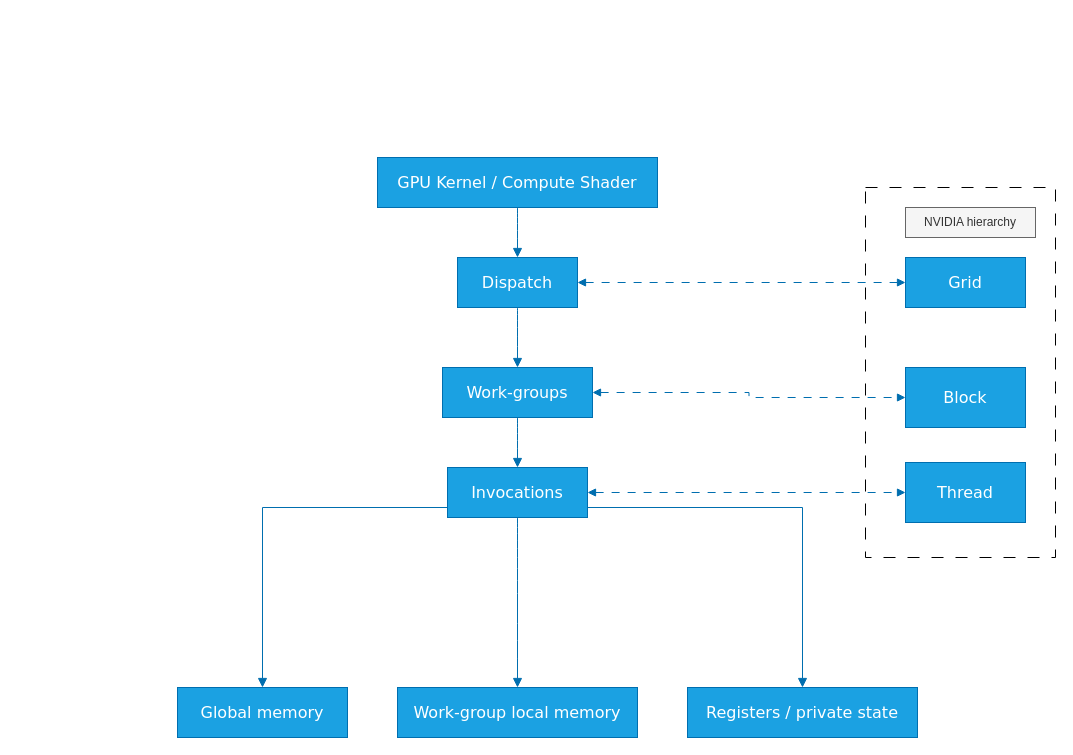
Before: page "OpenGL Compute Shader" (1 of 2) of docs/GPU_memory_architecture.drawio in quocthaile/gravity_sim, a draw.io diagram. Source tidied: cells renumbered, new cells numbered last; positions are measured from the earlier drawing's top-left corner, leaving out a move shared by most shapes. Both pictures are drawn from the tidied source at 100%, with x=0, y=0 at pixel (17, 17).
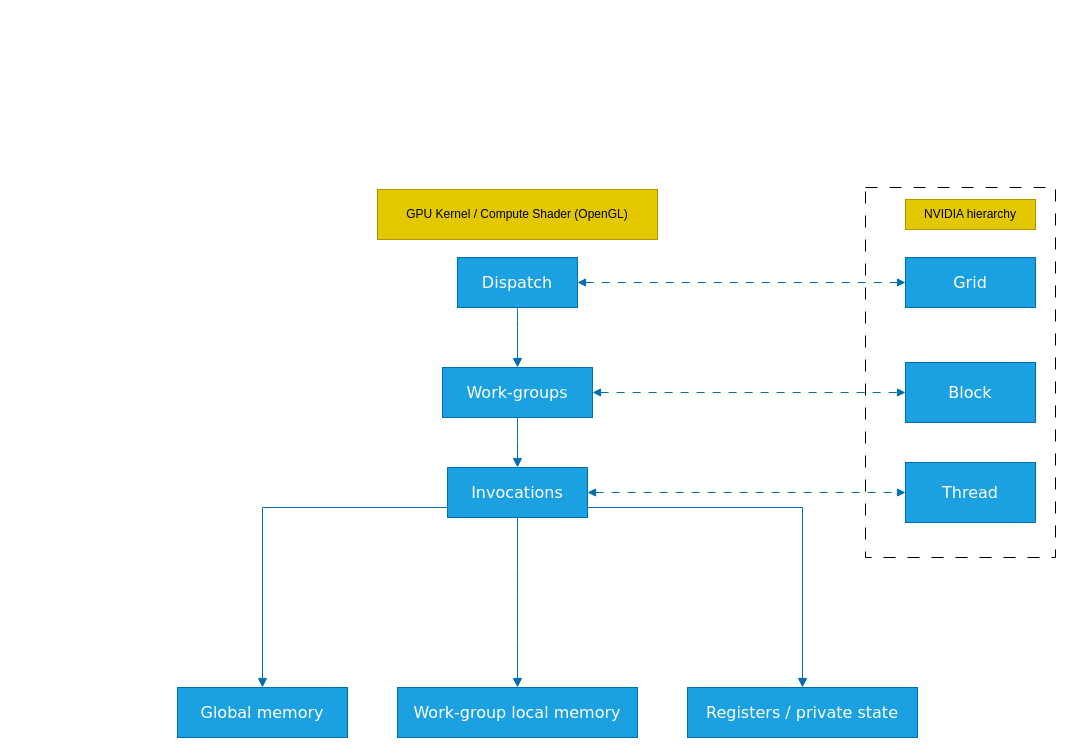
The same diagram, later.

Unchanged cells that the change refers to:
```xml
<mxCell id="2" style="group;transparentBounds=1;editIcon=1;lockedGroup=0;groupPadding=10;fillColor=#f5f5f5;fontColor=#333333;strokeColor=#666666;" parent="1" vertex="1">
  <mxGeometry as="geometry" />
</mxCell>
<mxCell id="5" value="Dispatch" style="html=1;whiteSpace=wrap;strokeWidth=1;fillColor=#1ba1e2;strokeColor=#006EAF;fontColor=#ffffff;fontFamily=Trebuchet MS,Verdana,Arial,sans-serif;fontSize=16;" parent="2" vertex="1">
  <mxGeometry x="440" y="240" width="120" height="50" as="geometry" />
</mxCell>
```

The edit, as a diff of the source:
```diff
@@
-    <mxCell id="4" value="GPU Kernel / Compute Shader" style="html=1;whiteSpace=wrap;strokeWidth=1;fillColor=#1ba1e2;strokeColor=#006EAF;fontColor=#ffffff;fontFamily=Trebuchet MS,Verdana,Arial,sans-serif;fontSize=16;" parent="2" vertex="1">
-      <mxGeometry x="360" y="140" width="280" height="50" as="geometry" />
+    <mxCell id="4" value="GPU Kernel / Compute Shader (OpenGL)" style="html=1;whiteSpace=wrap;fillColor=#e3c800;strokeColor=#B09500;fontColor=#000000;fontFamily=Helvetica;fontSize=12;rounded=0;align=center;verticalAlign=middle;" parent="2" vertex="1">
+      <mxGeometry x="360" y="172" width="280" height="50" as="geometry" />
     </mxCell>
@@
-    <mxCell id="11" style="curved=1;startArrow=none;endArrow=block;endSize=7;strokeColor=#006EAF;exitX=0.5;exitY=1;entryX=0.5;entryY=0;rounded=0;fillColor=#1ba1e2;" parent="2" edge="1" source="4" target="5">
-      <mxGeometry relative="1" as="geometry" />
-    </mxCell>
@@
     <mxCell id="17" value="Thread" style="whiteSpace=wrap;html=1;fontSize=16;fontFamily=Trebuchet MS,Verdana,Arial,sans-serif;fillColor=#1ba1e2;strokeColor=#006EAF;fontColor=#ffffff;strokeWidth=1;" parent="2" vertex="1">
-      <mxGeometry x="888" y="445" width="120" height="60" as="geometry" />
+      <mxGeometry x="888" y="445" width="130" height="60" as="geometry" />
     </mxCell>
@@
     <mxCell id="19" value="Block" style="whiteSpace=wrap;html=1;fontSize=16;fontFamily=Trebuchet MS,Verdana,Arial,sans-serif;fillColor=#1ba1e2;strokeColor=#006EAF;fontColor=#ffffff;strokeWidth=1;" parent="2" vertex="1">
-      <mxGeometry x="888" y="350" width="120" height="60" as="geometry" />
+      <mxGeometry x="888" y="345" width="130" height="60" as="geometry" />
     </mxCell>
@@
     <mxCell id="21" value="Grid" style="html=1;whiteSpace=wrap;strokeWidth=1;fillColor=#1ba1e2;strokeColor=#006EAF;fontColor=#ffffff;fontFamily=Trebuchet MS,Verdana,Arial,sans-serif;fontSize=16;" parent="2" vertex="1">
-      <mxGeometry x="888" y="240" width="120" height="50" as="geometry" />
+      <mxGeometry x="888" y="240" width="130" height="50" as="geometry" />
     </mxCell>
@@
-    <mxCell id="23" value="NVIDIA hierarchy" style="text;html=1;whiteSpace=wrap;strokeColor=#666666;fillColor=#f5f5f5;align=center;verticalAlign=middle;rounded=0;fontColor=#333333;" parent="2" vertex="1">
-      <mxGeometry x="888" y="190" width="130" height="30" as="geometry" />
+    <mxCell id="23" value="NVIDIA hierarchy" style="text;html=1;whiteSpace=wrap;strokeColor=#B09500;fillColor=#e3c800;align=center;verticalAlign=middle;rounded=0;fontColor=#000000;" parent="2" vertex="1">
+      <mxGeometry x="888" y="182" width="130" height="30" as="geometry" />
     </mxCell>
```
